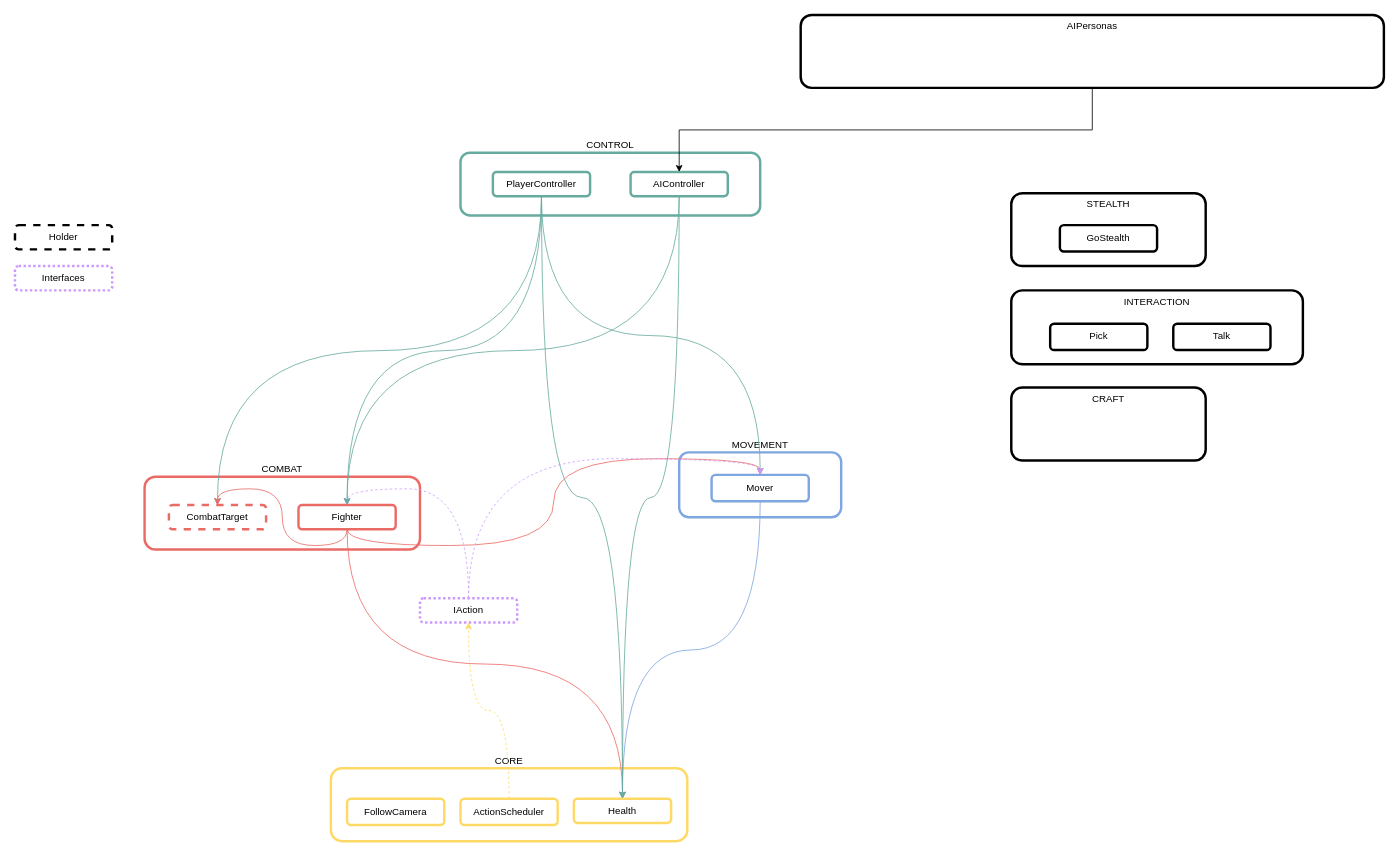
The draw.io diagram _Docs/Architecture.drawio in rafaelmmedeiros/Mount-Mortem-Mystery, before the edit. Source tidied: cells renumbered, new cells numbered last; positions are measured from the earlier drawing's top-left corner, leaving out a move shared by most shapes. Both pictures are drawn from the tidied source at 81%, with x=0, y=0 at pixel (15, 15).
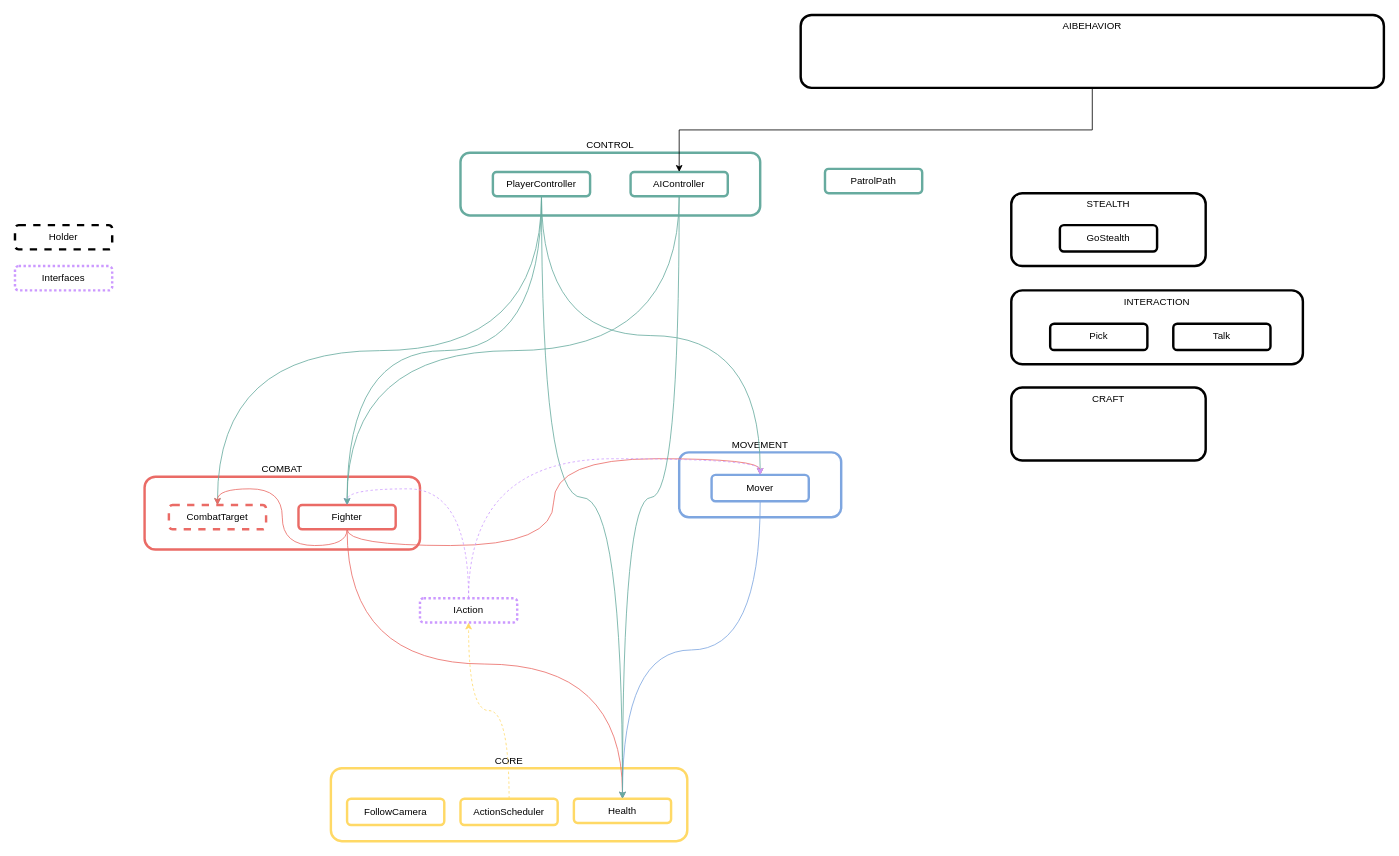
The same diagram, later.

The edit, as a diff of the source:
```diff
@@
-    <mxCell id="37" value="AIPersonas" style="rounded=1;whiteSpace=wrap;html=1;strokeWidth=3;align=center;labelPosition=center;verticalLabelPosition=middle;verticalAlign=top;" parent="1" vertex="1">
+    <mxCell id="37" value="AIBEHAVIOR" style="rounded=1;whiteSpace=wrap;html=1;strokeWidth=3;align=center;labelPosition=center;verticalLabelPosition=middle;verticalAlign=top;" parent="1" vertex="1">
       <mxGeometry x="970" width="720" height="90" as="geometry" />
     </mxCell>
+    <mxCell id="38" value="PatrolPath" style="rounded=1;whiteSpace=wrap;html=1;strokeWidth=3;strokeColor=#67AB9F;" parent="1" vertex="1">
+      <mxGeometry x="1000" y="190" width="120" height="30" as="geometry" />
+    </mxCell>
```
